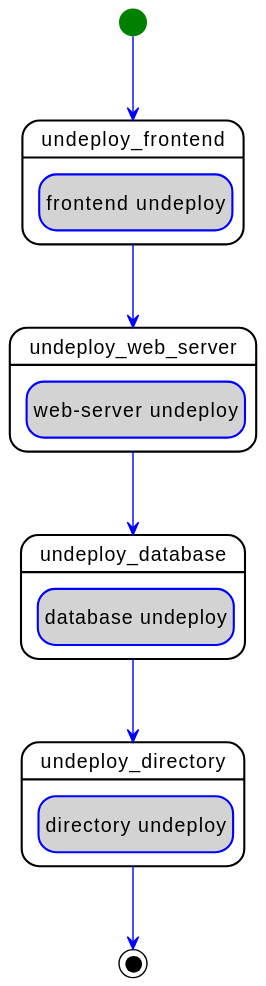
Before: examples/Khutulun/diagrams/uml2/Khutulun Hello World Example-declarative_undeploy-workflow-diagram.svg, a diagram exported from PlantUML (Orange-OpenSource/Cloudnet-TOSCA-toolbox). Its diagram source:
```plantuml
@startuml
hide empty description
skinparam shadowing false
skinparam state {
  ArrowColor blue
  BorderColor blue
  EndColor black
  StartColor green
  BackGroundColor<< step >> white
  BorderColor<< step >> black
  BackGroundColor<< delegate >> lightgrey
  BackGroundColor<< set_state >> white
  BackGroundColor<< call_operation >> lightblue
  BackGroundColor<< inline >> white
}
skinparam ActivityBarColor<<fork>> DarkGreen
skinparam ActivityBarColor<<join>> DarkOrange

state "undeploy_frontend" as step_declarative_undeploy_undeploy_frontend << step >> {
  state "frontend undeploy" as step_declarative_undeploy_undeploy_frontend_frontend_undeploy << delegate >>
}
state "undeploy_web_server" as step_declarative_undeploy_undeploy_web_server << step >> {
  state "web-server undeploy" as step_declarative_undeploy_undeploy_web_server_web_server_undeploy << delegate >>
}
state "undeploy_database" as step_declarative_undeploy_undeploy_database << step >> {
  state "database undeploy" as step_declarative_undeploy_undeploy_database_database_undeploy << delegate >>
}
state "undeploy_directory" as step_declarative_undeploy_undeploy_directory << step >> {
  state "directory undeploy" as step_declarative_undeploy_undeploy_directory_directory_undeploy << delegate >>
}
step_declarative_undeploy_undeploy_frontend --> step_declarative_undeploy_undeploy_web_server
step_declarative_undeploy_undeploy_web_server --> step_declarative_undeploy_undeploy_database
step_declarative_undeploy_undeploy_database --> step_declarative_undeploy_undeploy_directory
[*] --> step_declarative_undeploy_undeploy_frontend
step_declarative_undeploy_undeploy_directory --> [*]
@enduml
```
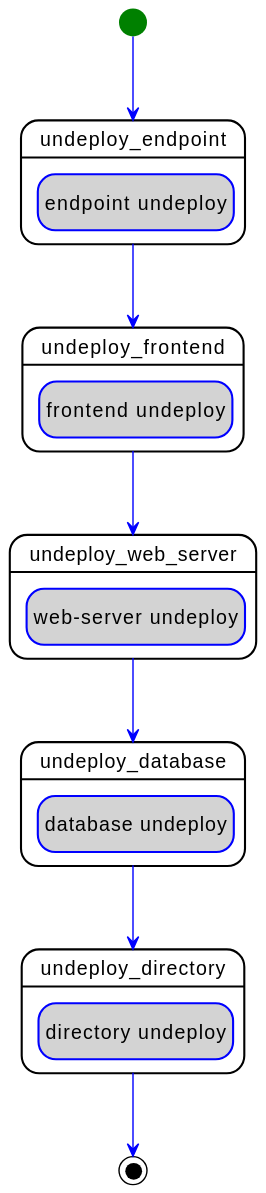
Later version of the same file.

Change to the diagram source:
```diff
@@ -16,6 +16,9 @@
 skinparam ActivityBarColor<<fork>> DarkGreen
 skinparam ActivityBarColor<<join>> DarkOrange
 
+state "undeploy_endpoint" as step_declarative_undeploy_undeploy_endpoint << step >> {
+  state "endpoint undeploy" as step_declarative_undeploy_undeploy_endpoint_endpoint_undeploy << delegate >>
+}
 state "undeploy_frontend" as step_declarative_undeploy_undeploy_frontend << step >> {
   state "frontend undeploy" as step_declarative_undeploy_undeploy_frontend_frontend_undeploy << delegate >>
 }
@@ -28,9 +31,10 @@
 state "undeploy_directory" as step_declarative_undeploy_undeploy_directory << step >> {
   state "directory undeploy" as step_declarative_undeploy_undeploy_directory_directory_undeploy << delegate >>
 }
+step_declarative_undeploy_undeploy_endpoint --> step_declarative_undeploy_undeploy_frontend
 step_declarative_undeploy_undeploy_frontend --> step_declarative_undeploy_undeploy_web_server
 step_declarative_undeploy_undeploy_web_server --> step_declarative_undeploy_undeploy_database
 step_declarative_undeploy_undeploy_database --> step_declarative_undeploy_undeploy_directory
-[*] --> step_declarative_undeploy_undeploy_frontend
+[*] --> step_declarative_undeploy_undeploy_endpoint
 step_declarative_undeploy_undeploy_directory --> [*]
 @enduml
```
